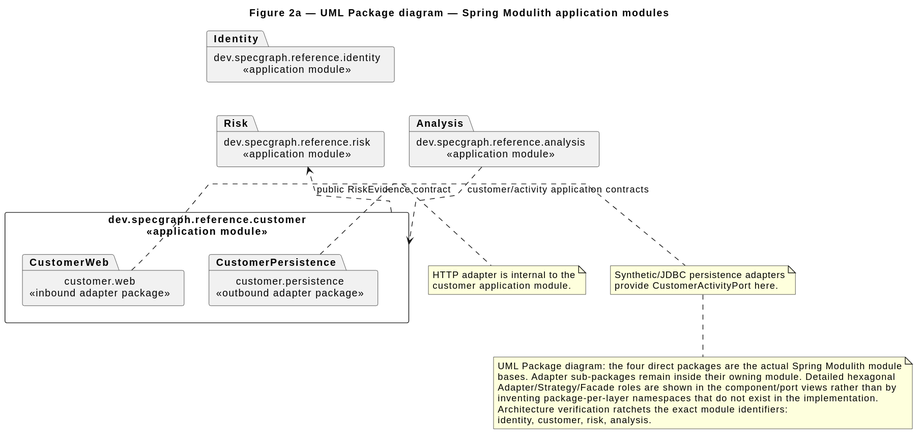
Before: docs/assignment/SDD/diagrams/package-modules.svg, a diagram exported from PlantUML (jdoe-dev-159753/specgraph-reference-app).
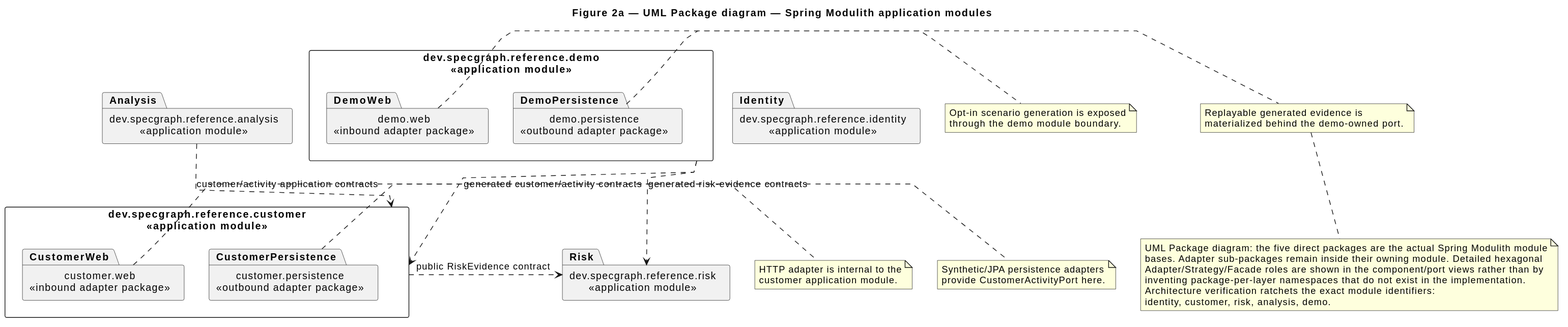
The same diagram one commit later.

Commit message:
test: materialize demo as fifth application module

The edit, as a diff of the source:
```diff
@@ -13,13 +13,20 @@
   package "customer.persistence\n<<outbound adapter package>>" as CustomerPersistence
 }
 package "dev.specgraph.reference.analysis\n<<application module>>" as Analysis
+package "dev.specgraph.reference.demo\n<<application module>>" as Demo {
+  package "demo.web\n<<inbound adapter package>>" as DemoWeb
+  package "demo.persistence\n<<outbound adapter package>>" as DemoPersistence
+}
 
 Identity -[hidden]down-> Risk
 Risk -[hidden]down-> Customer
 Customer -[hidden]down-> Analysis
+Analysis -[hidden]down-> Demo
 
 Customer ..> Risk : public RiskEvidence contract
 Analysis ..> Customer : customer/activity application contracts
+Demo ..> Customer : generated customer/activity contracts
+Demo ..> Risk : generated risk-evidence contracts
 
 note right of CustomerWeb
   HTTP adapter is internal to the
@@ -27,16 +34,26 @@
 end note
 
 note right of CustomerPersistence
-  Synthetic/JDBC persistence adapters
+  Synthetic/JPA persistence adapters
   provide CustomerActivityPort here.
 end note
 
+note right of DemoWeb
+  Opt-in scenario generation is exposed
+  through the demo module boundary.
+end note
+
+note right of DemoPersistence
+  Replayable generated evidence is
+  materialized behind the demo-owned port.
+end note
+
 note bottom
-  UML Package diagram: the four direct packages are the actual Spring Modulith module
+  UML Package diagram: the five direct packages are the actual Spring Modulith module
   bases. Adapter sub-packages remain inside their owning module. Detailed hexagonal
   Adapter/Strategy/Facade roles are shown in the component/port views rather than by
   inventing package-per-layer namespaces that do not exist in the implementation.
   Architecture verification ratchets the exact module identifiers:
-  identity, customer, risk, analysis.
+  identity, customer, risk, analysis, demo.
 end note
 @enduml
```
